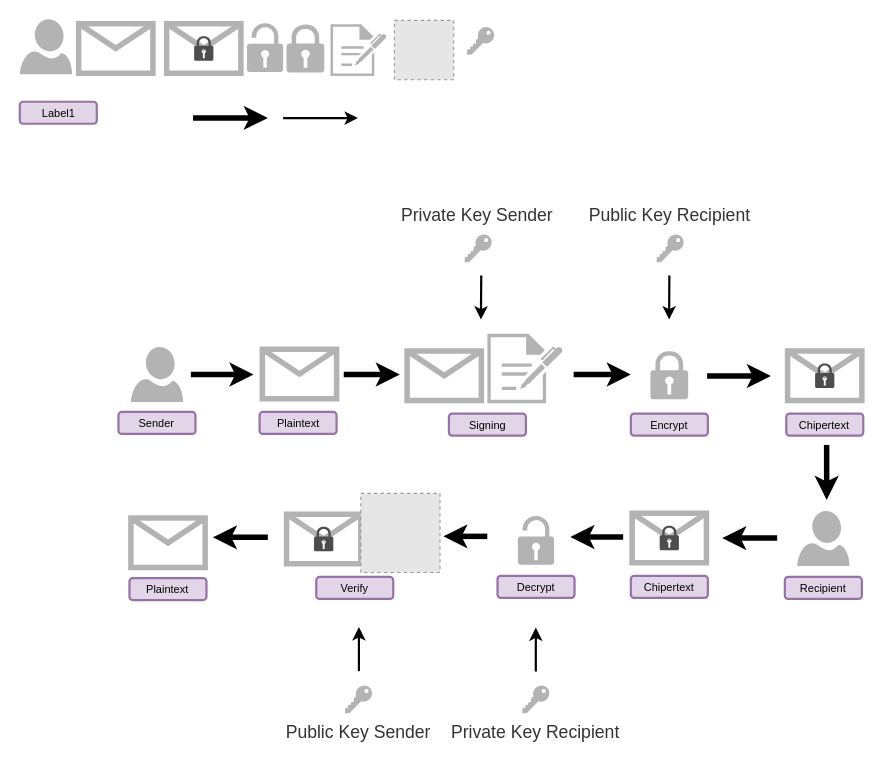
eraldss1/diagram-signcryption keeps this draw.io diagram as page "sign-then-encrypt" (1 of 5) of sign-then-encrypt_scheme.drawio. Above is the earlier version. Source tidied: cells renumbered, new cells numbered last; positions are measured from the earlier drawing's top-left corner, leaving out a move shared by most shapes. Both pictures are drawn from the tidied source at 110%, with x=0, y=0 at pixel (19, 19). Pictures stored in the file or linked from it are replaced by grey dashed boxes.
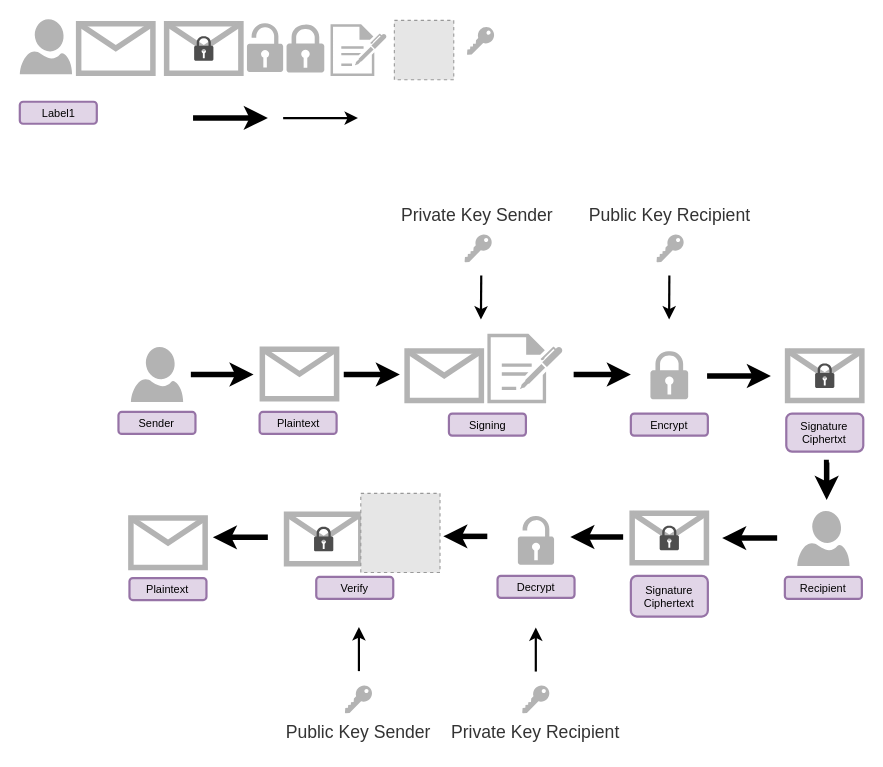
The same page after the edit.

The edit, as a diff of the source:
```diff
@@
-    <mxCell id="23" value="Chipertext" style="text;html=1;strokeColor=#9673a6;fillColor=#e1d5e7;align=center;verticalAlign=middle;whiteSpace=wrap;rounded=1;shadow=0;glass=0;sketch=0;strokeWidth=2;fontSize=10;" parent="1" vertex="1">
-      <mxGeometry x="697.3" y="358.5" width="70" height="20" as="geometry" />
+    <mxCell id="23" value="Signature Ciphertxt" style="text;html=1;strokeColor=#9673a6;fillColor=#e1d5e7;align=center;verticalAlign=middle;whiteSpace=wrap;rounded=1;shadow=0;glass=0;sketch=0;strokeWidth=2;fontSize=10;" parent="1" vertex="1">
+      <mxGeometry x="697.3" y="358.5" width="70" height="34.5" as="geometry" />
     </mxCell>
@@
-    <mxCell id="31" value="Chipertext" style="text;html=1;strokeColor=#9673a6;fillColor=#e1d5e7;align=center;verticalAlign=middle;whiteSpace=wrap;rounded=1;shadow=0;glass=0;sketch=0;strokeWidth=2;fontSize=10;" parent="1" vertex="1">
-      <mxGeometry x="556" y="506" width="70" height="20" as="geometry" />
+    <mxCell id="31" value="Signature Ciphertext" style="text;html=1;strokeColor=#9673a6;fillColor=#e1d5e7;align=center;verticalAlign=middle;whiteSpace=wrap;rounded=1;shadow=0;glass=0;sketch=0;strokeWidth=2;fontSize=10;" parent="1" vertex="1">
+      <mxGeometry x="556" y="506" width="70" height="37" as="geometry" />
     </mxCell>
@@
     <mxCell id="38" style="edgeStyle=segmentEdgeStyle;endArrow=classic;html=1;startSize=6;strokeWidth=5;targetPerimeterSpacing=0;rounded=0;strokeColor=default;" parent="1" edge="1">
       <mxGeometry relative="1" as="geometry">
-        <mxPoint x="734" y="387" as="sourcePoint" />
+        <mxPoint x="736" y="403" as="sourcePoint" />
         <mxPoint x="734" y="437" as="targetPoint" />
       </mxGeometry>
     </mxCell>
```
